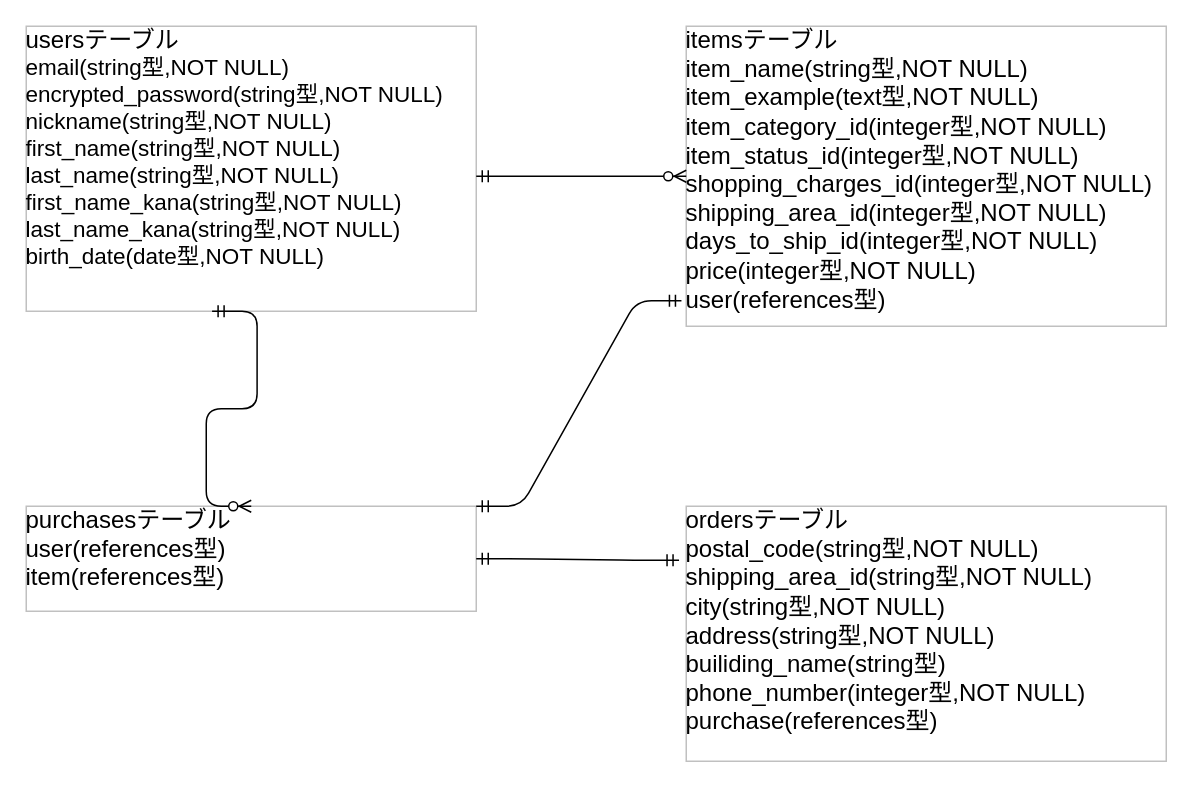
This is db_design.dio from SK045YXMR/furima-35393, a draw.io file, before an edit. Source tidied: cells renumbered, new cells numbered last; positions are measured from the earlier drawing's top-left corner, leaving out a move shared by most shapes. Both pictures are drawn from the tidied source at 150%, with x=0, y=0 at pixel (26, 26).
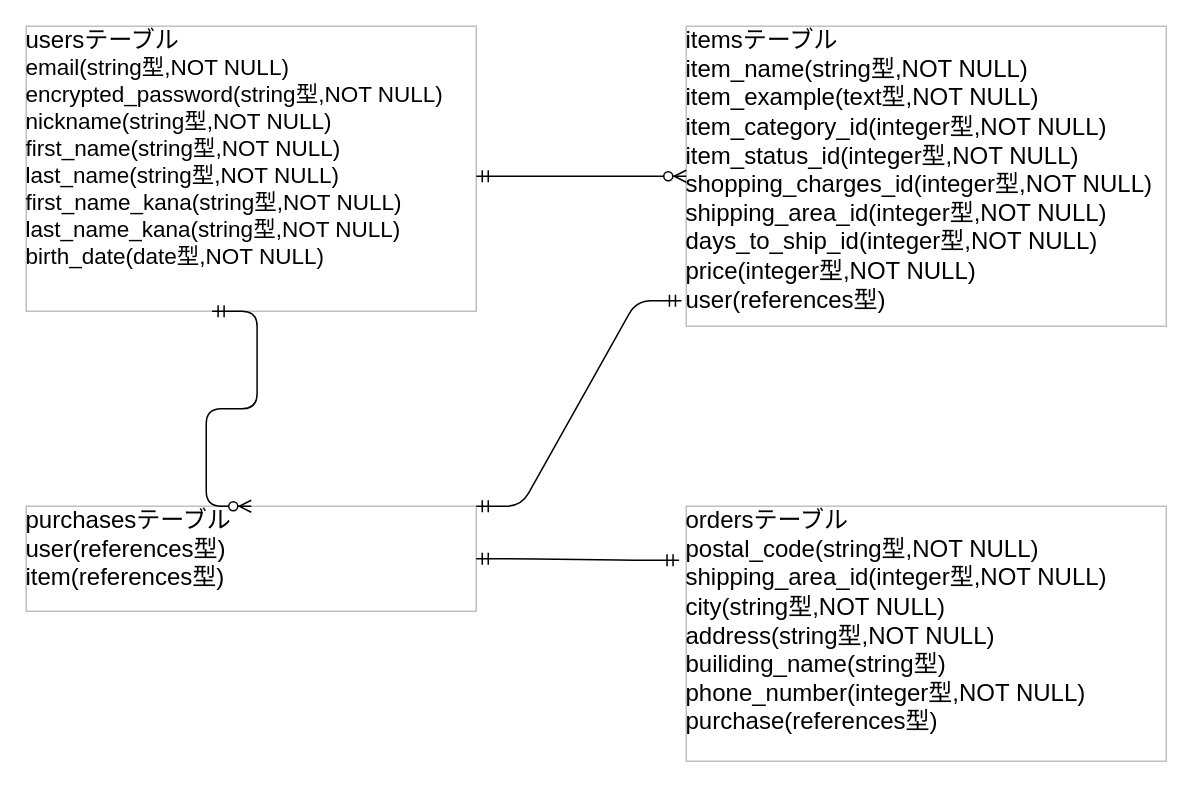
After the change.

Commit message:
修正4:ER図の修正

What changed in the source:
```diff
@@
 <mxGraphModel>
   <root>
     <mxCell id="0" />
     <mxCell id="1" parent="0" />
     <mxCell id="2" value="&lt;font size=&quot;3&quot;&gt;usersテーブル&lt;/font&gt;&lt;br&gt;&lt;font&gt;&lt;font&gt;&lt;span style=&quot;font-size: 15px&quot;&gt;email(string型,NOT NULL)&lt;/span&gt;&lt;br&gt;&lt;/font&gt;&lt;font style=&quot;font-size: 15px&quot;&gt;encrypted_password(string型,NOT NULL)&lt;br&gt;nickname(string型,NOT NULL)&lt;br&gt;&lt;font style=&quot;font-size: 15px&quot;&gt;first_name(string型,NOT NULL)&lt;/font&gt;&lt;br&gt;&lt;/font&gt;&lt;font style=&quot;font-size: 15px&quot;&gt;&lt;font style=&quot;font-size: 15px&quot;&gt;last_name(string型,NOT NULL)&lt;/font&gt;&lt;br&gt;&lt;/font&gt;&lt;font style=&quot;font-size: 15px&quot;&gt;first_name_kana(string型,NOT NULL)&lt;/font&gt;&lt;br&gt;&lt;font style=&quot;font-size: 15px&quot;&gt;last_name_kana(string型,NOT NULL)&lt;/font&gt;&lt;br&gt;&lt;/font&gt;&lt;font style=&quot;font-size: 15px&quot;&gt;&lt;font style=&quot;font-size: 15px&quot;&gt;birth_date(date型,NOT NULL)&lt;/font&gt;&lt;br&gt;&lt;br&gt;&lt;/font&gt;" style="text;html=1;strokeColor=#c0c0c0;fillColor=none;overflow=fill;" parent="1" vertex="1">
       <mxGeometry width="300" height="190" as="geometry" />
     </mxCell>
     <mxCell id="3" value="&lt;font size=&quot;3&quot;&gt;itemsテーブル&lt;br&gt;item_name(string型,NOT NULL)&lt;br&gt;item_example(text型,NOT NULL)&lt;br&gt;item_category_id(integer型,NOT NULL)&lt;br&gt;item_status_id(integer型,NOT NULL)&lt;br&gt;shopping_charges_id(integer型,NOT NULL)&lt;br&gt;shipping_area_id(integer型,NOT NULL)&lt;br&gt;days_to_ship_id(integer型,NOT NULL)&lt;br&gt;price(integer型,NOT NULL)&lt;br&gt;user(references型)&lt;br&gt;&lt;br&gt;&lt;br&gt;&lt;br&gt;&lt;/font&gt;" style="text;html=1;strokeColor=#c0c0c0;fillColor=none;overflow=fill;" parent="1" vertex="1">
       <mxGeometry x="440" width="320" height="200" as="geometry" />
     </mxCell>
     <mxCell id="4" value="&lt;font size=&quot;3&quot;&gt;purchasesテーブル&lt;br&gt;user(references型)&lt;br&gt;item(references型)&lt;br&gt;&lt;br&gt;&lt;br&gt;&lt;br&gt;&lt;br&gt;&lt;br&gt;&lt;br&gt;&lt;/font&gt;" style="text;html=1;strokeColor=#c0c0c0;fillColor=none;overflow=fill;" parent="1" vertex="1">
       <mxGeometry y="320" width="300" height="70" as="geometry" />
     </mxCell>
-    <mxCell id="5" value="&lt;font size=&quot;3&quot;&gt;ordersテーブル&lt;br&gt;postal_code(string型,NOT NULL)&lt;br&gt;shipping_area_id(string型,NOT NULL)&lt;br&gt;city(string型,NOT NULL)&lt;br&gt;address(string型,NOT NULL)&lt;br&gt;builiding_name(string型)&lt;br&gt;phone_number(integer型,NOT NULL)&lt;br&gt;purchase(references型)&lt;br&gt;&lt;br&gt;&lt;br&gt;&lt;br&gt;&lt;/font&gt;" style="text;html=1;strokeColor=#c0c0c0;fillColor=none;overflow=fill;" parent="1" vertex="1">
+    <mxCell id="5" value="&lt;font size=&quot;3&quot;&gt;ordersテーブル&lt;br&gt;postal_code(string型,NOT NULL)&lt;br&gt;shipping_area_id(integer型,NOT NULL)&lt;br&gt;city(string型,NOT NULL)&lt;br&gt;address(string型,NOT NULL)&lt;br&gt;builiding_name(string型)&lt;br&gt;phone_number(integer型,NOT NULL)&lt;br&gt;purchase(references型)&lt;br&gt;&lt;br&gt;&lt;br&gt;&lt;br&gt;&lt;/font&gt;" style="text;html=1;strokeColor=#c0c0c0;fillColor=none;overflow=fill;" parent="1" vertex="1">
       <mxGeometry x="440" y="320" width="320" height="170" as="geometry" />
     </mxCell>
     <mxCell id="6" style="edgeStyle=entityRelationEdgeStyle;fontSize=12;html=1;endArrow=ERzeroToMany;startArrow=ERmandOne;entryX=0;entryY=0.5;entryDx=0;entryDy=0;" parent="1" edge="1" target="3">
       <mxGeometry relative="1" as="geometry">
         <mxPoint x="300" y="100" as="sourcePoint" />
       </mxGeometry>
     </mxCell>
     <mxCell id="7" style="edgeStyle=entityRelationEdgeStyle;fontSize=12;html=1;endArrow=ERmandOne;startArrow=ERmandOne;exitX=1;exitY=0;exitDx=0;exitDy=0;entryX=-0.01;entryY=0.915;entryDx=0;entryDy=0;entryPerimeter=0;" parent="1" edge="1" source="4" target="3">
       <mxGeometry relative="1" as="geometry" />
     </mxCell>
     <mxCell id="8" style="edgeStyle=entityRelationEdgeStyle;fontSize=12;html=1;endArrow=ERmandOne;startArrow=ERmandOne;exitX=1;exitY=0.5;exitDx=0;exitDy=0;entryX=-0.015;entryY=0.212;entryDx=0;entryDy=0;entryPerimeter=0;" parent="1" edge="1" source="4" target="5">
       <mxGeometry relative="1" as="geometry" />
     </mxCell>
     <mxCell id="9" style="edgeStyle=entityRelationEdgeStyle;fontSize=12;html=1;endArrow=ERzeroToMany;startArrow=ERmandOne;exitX=0.413;exitY=1;exitDx=0;exitDy=0;exitPerimeter=0;entryX=0.5;entryY=0;entryDx=0;entryDy=0;" parent="1" edge="1" source="2" target="4">
       <mxGeometry relative="1" as="geometry" />
     </mxCell>
   </root>
 </mxGraphModel>
```
